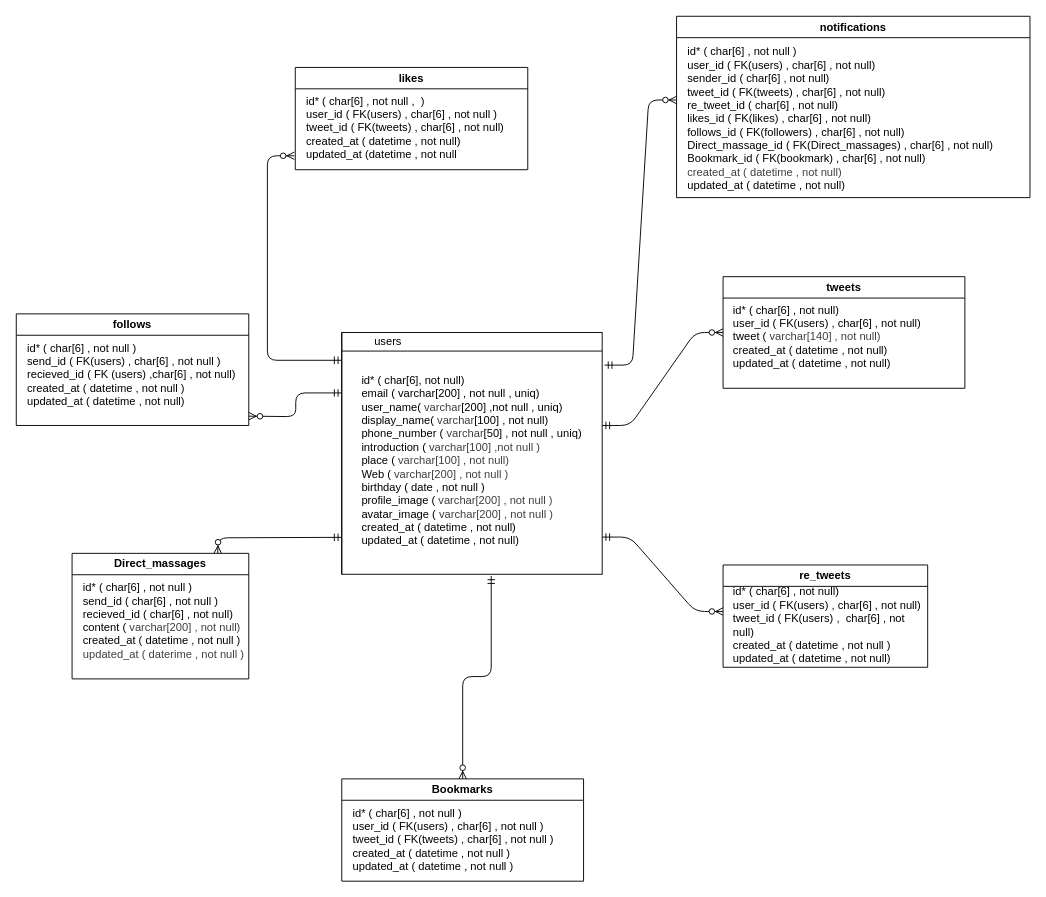
This is twitter_erd/twitter.drawio from chako-mountain/hc_practice, a draw.io file, before an edit. Source tidied: cells renumbered, new cells numbered last; positions are measured from the earlier drawing's top-left corner, leaving out a move shared by most shapes. Both pictures are drawn from the tidied source at 93%, with x=0, y=0 at pixel (16, 16).
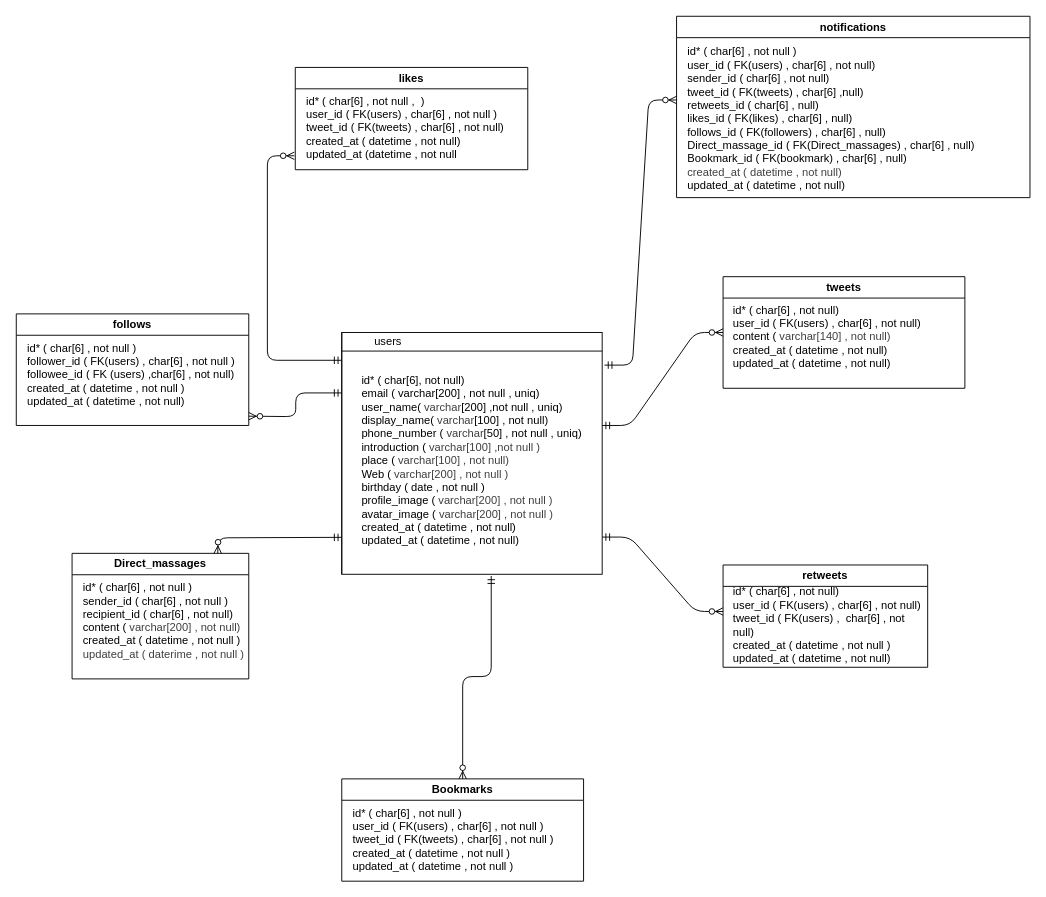
The same page after the edit.

Commit message:
DB設計再提出一回め

The change refers to these unchanged cells:
```xml
<mxCell id="5" value="tweets" style="swimlane;whiteSpace=wrap;html=1;" parent="1" vertex="1">
  <mxGeometry x="760" y="280" width="260" height="120" as="geometry" />
</mxCell>
<mxCell id="11" value="follows" style="swimlane;whiteSpace=wrap;html=1;" parent="1" vertex="1">
  <mxGeometry y="320" width="250" height="120" as="geometry" />
</mxCell>
<mxCell id="13" value="Direct_massages" style="swimlane;whiteSpace=wrap;html=1;" parent="1" vertex="1">
  <mxGeometry x="60" y="577.5" width="190" height="135" as="geometry" />
</mxCell>
<mxCell id="17" value="notifications" style="swimlane;whiteSpace=wrap;html=1;" parent="1" vertex="1">
  <mxGeometry x="710" width="380" height="195" as="geometry" />
</mxCell>
```

What changed in the source:
```diff
@@
-    <mxCell id="6" value="id* ( char[6] , not null)&lt;div&gt;user_id ( FK(users) , char[6] , not null)&lt;/div&gt;&lt;div&gt;tweet (&amp;nbsp;&lt;span style=&quot;color: rgb(63, 63, 63); background-color: transparent;&quot;&gt;varchar[140] , not null)&lt;/span&gt;&lt;/div&gt;&lt;div&gt;created_at ( datetime , not null)&lt;/div&gt;&lt;div&gt;updated_at ( datetime , not null)&lt;/div&gt;" style="text;html=1;align=left;verticalAlign=middle;whiteSpace=wrap;rounded=0;" parent="5" vertex="1">
+    <mxCell id="6" value="id* ( char[6] , not null)&lt;div&gt;user_id ( FK(users) , char[6] , not null)&lt;/div&gt;&lt;div&gt;content (&amp;nbsp;&lt;span style=&quot;color: rgb(63, 63, 63); background-color: transparent;&quot;&gt;varchar[140] , not null)&lt;/span&gt;&lt;/div&gt;&lt;div&gt;created_at ( datetime , not null)&lt;/div&gt;&lt;div&gt;updated_at ( datetime , not null)&lt;/div&gt;" style="text;html=1;align=left;verticalAlign=middle;whiteSpace=wrap;rounded=0;" parent="5" vertex="1">
       <mxGeometry x="9" y="50" width="271" height="30" as="geometry" />
     </mxCell>
@@
-    <mxCell id="9" value="re_tweets" style="swimlane;whiteSpace=wrap;html=1;" parent="1" vertex="1">
+    <mxCell id="9" value="retweets" style="swimlane;whiteSpace=wrap;html=1;" parent="1" vertex="1">
       <mxGeometry x="760" y="590" width="220" height="110" as="geometry" />
     </mxCell>
@@
-    <mxCell id="12" value="id* ( char[6] , not null )&lt;div&gt;send_id ( FK(users) , char[6] , not null )&lt;/div&gt;&lt;div&gt;recieved_id ( FK (users) ,char[6] , not null)&lt;/div&gt;&lt;div&gt;created_at ( datetime , not null )&lt;/div&gt;&lt;div&gt;updated_at ( datetime , not null)&lt;/div&gt;" style="text;html=1;align=left;verticalAlign=middle;whiteSpace=wrap;rounded=0;" parent="11" vertex="1">
+    <mxCell id="12" value="id* ( char[6] , not null )&lt;div&gt;follower_id ( FK(users) , char[6] , not null )&lt;/div&gt;&lt;div&gt;followee_id ( FK (users) ,char[6] , not null)&lt;/div&gt;&lt;div&gt;created_at ( datetime , not null )&lt;/div&gt;&lt;div&gt;updated_at ( datetime , not null)&lt;/div&gt;" style="text;html=1;align=left;verticalAlign=middle;whiteSpace=wrap;rounded=0;" parent="11" vertex="1">
       <mxGeometry x="10" y="50" width="240" height="30" as="geometry" />
     </mxCell>
@@
-    <mxCell id="14" value="id* ( char[6] , not null )&lt;div&gt;send_id ( char[6] , not null )&amp;nbsp;&lt;/div&gt;&lt;div&gt;recieved_id ( char[6] , not null)&lt;/div&gt;&lt;div&gt;content (&amp;nbsp;&lt;span style=&quot;color: rgb(63, 63, 63); background-color: transparent;&quot;&gt;varchar[200] , not null)&lt;/span&gt;&lt;/div&gt;&lt;div&gt;created_at ( datetime , not null )&amp;nbsp;&amp;nbsp;&lt;/div&gt;&lt;div&gt;&lt;span style=&quot;color: rgb(63, 63, 63); background-color: transparent;&quot;&gt;updated_at ( daterime , not null )&lt;/span&gt;&lt;/div&gt;" style="text;html=1;align=left;verticalAlign=middle;whiteSpace=wrap;rounded=0;" parent="13" vertex="1">
+    <mxCell id="14" value="id* ( char[6] , not null )&lt;div&gt;sender_id ( char[6] , not null )&amp;nbsp;&lt;/div&gt;&lt;div&gt;recipient_id ( char[6] , not null)&lt;/div&gt;&lt;div&gt;content (&amp;nbsp;&lt;span style=&quot;color: rgb(63, 63, 63); background-color: transparent;&quot;&gt;varchar[200] , not null)&lt;/span&gt;&lt;/div&gt;&lt;div&gt;created_at ( datetime , not null )&amp;nbsp;&amp;nbsp;&lt;/div&gt;&lt;div&gt;&lt;span style=&quot;color: rgb(63, 63, 63); background-color: transparent;&quot;&gt;updated_at ( daterime , not null )&lt;/span&gt;&lt;/div&gt;" style="text;html=1;align=left;verticalAlign=middle;whiteSpace=wrap;rounded=0;" parent="13" vertex="1">
       <mxGeometry x="10" y="60" width="180" height="25" as="geometry" />
     </mxCell>
@@
-    <mxCell id="18" value="id* ( char[6] , not null )&lt;div&gt;user_id ( FK(users) , char[6] , not null)&lt;/div&gt;&lt;div&gt;sender_id ( char[6] , not null)&lt;/div&gt;&lt;div&gt;tweet_id ( FK(tweets) , char[6] , not null)&lt;/div&gt;&lt;div&gt;re_tweet_id ( char[6] , not null)&lt;/div&gt;&lt;div&gt;likes_id ( FK(likes) , char[6] , not null)&lt;/div&gt;&lt;div&gt;follows_id ( FK(followers) , char[6] , not null)&lt;/div&gt;&lt;div&gt;Direct_massage_id ( FK(Direct_massages) , char[6] , not null)&lt;/div&gt;&lt;div&gt;Bookmark_id ( FK(bookmark) , char[6] , not null)&lt;/div&gt;&lt;div&gt;&lt;span style=&quot;color: rgb(63, 63, 63); background-color: transparent;&quot;&gt;created_at ( datetime , not null)&lt;/span&gt;&lt;/div&gt;&lt;div&gt;updated_at ( datetime , not null)&lt;/div&gt;" style="text;html=1;align=left;verticalAlign=middle;whiteSpace=wrap;rounded=0;" parent="17" vertex="1">
+    <mxCell id="18" value="id* ( char[6] , not null )&lt;div&gt;user_id ( FK(users) , char[6] , not null)&lt;/div&gt;&lt;div&gt;sender_id ( char[6] , not null)&lt;/div&gt;&lt;div&gt;tweet_id ( FK(tweets) , char[6] ,null)&lt;/div&gt;&lt;div&gt;retweets_id ( char[6] , null)&lt;/div&gt;&lt;div&gt;likes_id ( FK(likes) , char[6] , null)&lt;/div&gt;&lt;div&gt;follows_id ( FK(followers) , char[6] , null)&lt;/div&gt;&lt;div&gt;Direct_massage_id ( FK(Direct_massages) , char[6] , null)&lt;/div&gt;&lt;div&gt;Bookmark_id ( FK(bookmark) , char[6] , null)&lt;/div&gt;&lt;div&gt;&lt;span style=&quot;color: rgb(63, 63, 63); background-color: transparent;&quot;&gt;created_at ( datetime , not null)&lt;/span&gt;&lt;/div&gt;&lt;div&gt;updated_at ( datetime , not null)&lt;/div&gt;" style="text;html=1;align=left;verticalAlign=middle;whiteSpace=wrap;rounded=0;" parent="17" vertex="1">
       <mxGeometry x="10" y="95" width="370" height="30" as="geometry" />
     </mxCell>
```
